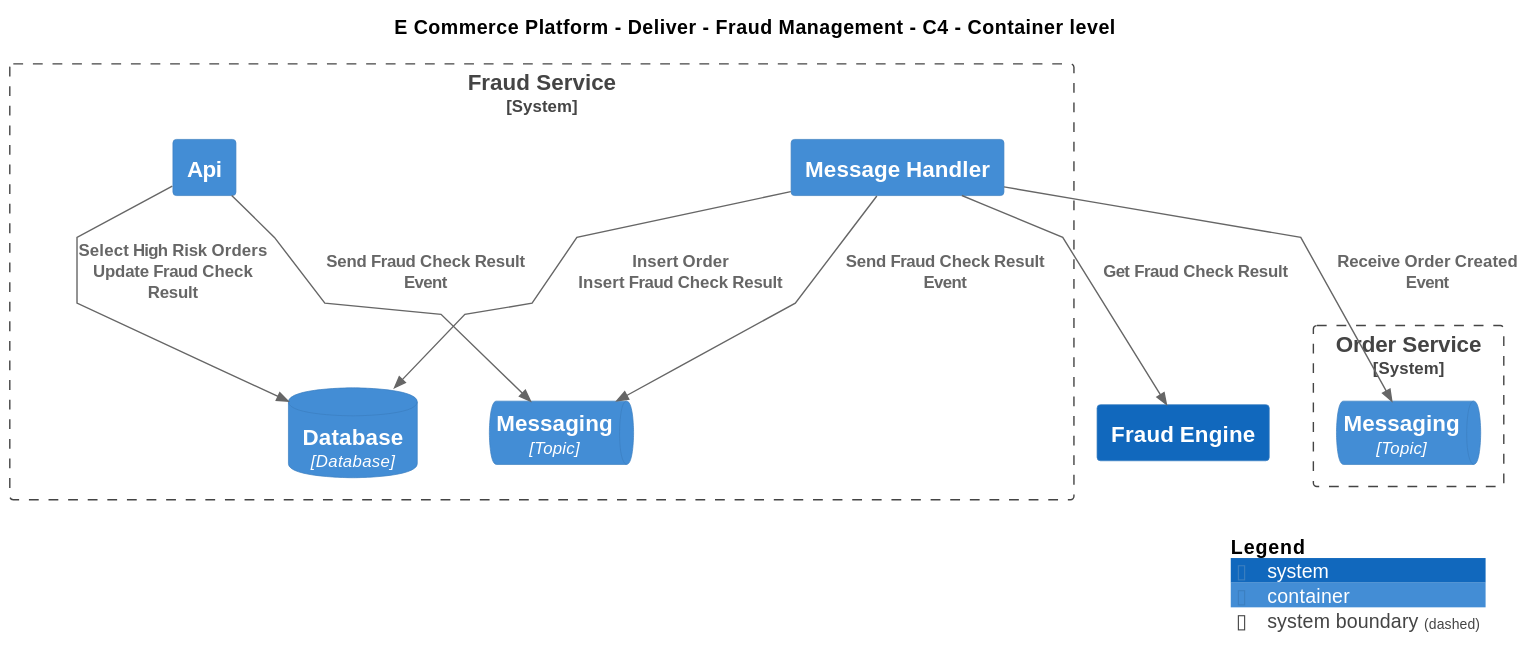
The PlantUML diagram Samples/E-Commerce Platform/Yaml/Diagrams/E Commerce Platform/Deliver/Fraud Management/Software Systems/Container - C4.svg in mnadenysenko/C4InterFlow, before a commit. The source it was exported from:
```plantuml
@startuml
!include ..\..\..\..\.c4s\C4_Container.puml

AddElementTag("c4interflow:lifecycle:new", $bgColor=green, $fontColor=#ffffff, $borderColor=green, $shadowing="False")
AddElementTag("c4interflow:lifecycle:changed", $bgColor=orange, $fontColor=#ffffff, $borderColor=orange, $shadowing="False")
AddElementTag("c4interflow:lifecycle:removed", $bgColor=red, $fontColor=#ffffff, $borderColor=red, $shadowing="False")

AddRelTag("c4interflow:lifecycle:new", $textColor=green, $lineColor=green)
AddRelTag("c4interflow:lifecycle:changed", $textColor=orange, $lineColor=orange)
AddRelTag("c4interflow:lifecycle:removed", $textColor=red, $lineColor=red)

SHOW_PERSON_PORTRAIT()
LAYOUT_TOP_DOWN()

skinparam linetype polyline

title E Commerce Platform - Deliver - Fraud Management - C4 - Container level

System(ECommercePlatform.Deliver.FraudManagement.SoftwareSystems.FraudEngine, "Fraud Engine", "")

System_Boundary(ECommercePlatform.Deliver.FraudManagement.SoftwareSystems.FraudService, "Fraud Service") {
    Container(ECommercePlatform.Deliver.FraudManagement.SoftwareSystems.FraudService.Containers.Api, "Api", "", "")
    ContainerDb(ECommercePlatform.Deliver.FraudManagement.SoftwareSystems.FraudService.Containers.Database, "Database", "Database", "")
    ContainerQueue(ECommercePlatform.Deliver.FraudManagement.SoftwareSystems.FraudService.Containers.Messaging, "Messaging", "Topic", "")
    Container(ECommercePlatform.Deliver.FraudManagement.SoftwareSystems.FraudService.Containers.MessageHandler, "Message Handler", "", "")
}

System_Boundary(ECommercePlatform.GenerateDemand.OrderManagement.SoftwareSystems.OrderService, "Order Service") {
    ContainerQueue(ECommercePlatform.GenerateDemand.OrderManagement.SoftwareSystems.OrderService.Containers.Messaging, "Messaging", "Topic", "")
}

Rel(ECommercePlatform.Deliver.FraudManagement.SoftwareSystems.FraudService.Containers.Api, ECommercePlatform.Deliver.FraudManagement.SoftwareSystems.FraudService.Containers.Database, "Select High Risk Orders\nUpdate Fraud Check Result")
Rel(ECommercePlatform.Deliver.FraudManagement.SoftwareSystems.FraudService.Containers.Api, ECommercePlatform.Deliver.FraudManagement.SoftwareSystems.FraudService.Containers.Messaging, "Send Fraud Check Result Event")
Rel(ECommercePlatform.Deliver.FraudManagement.SoftwareSystems.FraudService.Containers.MessageHandler, ECommercePlatform.GenerateDemand.OrderManagement.SoftwareSystems.OrderService.Containers.Messaging, "Receive Order Created Event")
Rel(ECommercePlatform.Deliver.FraudManagement.SoftwareSystems.FraudService.Containers.MessageHandler, ECommercePlatform.Deliver.FraudManagement.SoftwareSystems.FraudService.Containers.Database, "Insert Order\nInsert Fraud Check Result")
Rel(ECommercePlatform.Deliver.FraudManagement.SoftwareSystems.FraudService.Containers.MessageHandler, ECommercePlatform.Deliver.FraudManagement.SoftwareSystems.FraudEngine, "Get Fraud Check Result")
Rel(ECommercePlatform.Deliver.FraudManagement.SoftwareSystems.FraudService.Containers.MessageHandler, ECommercePlatform.Deliver.FraudManagement.SoftwareSystems.FraudService.Containers.Messaging, "Send Fraud Check Result Event")


SHOW_LEGEND()
@enduml
```
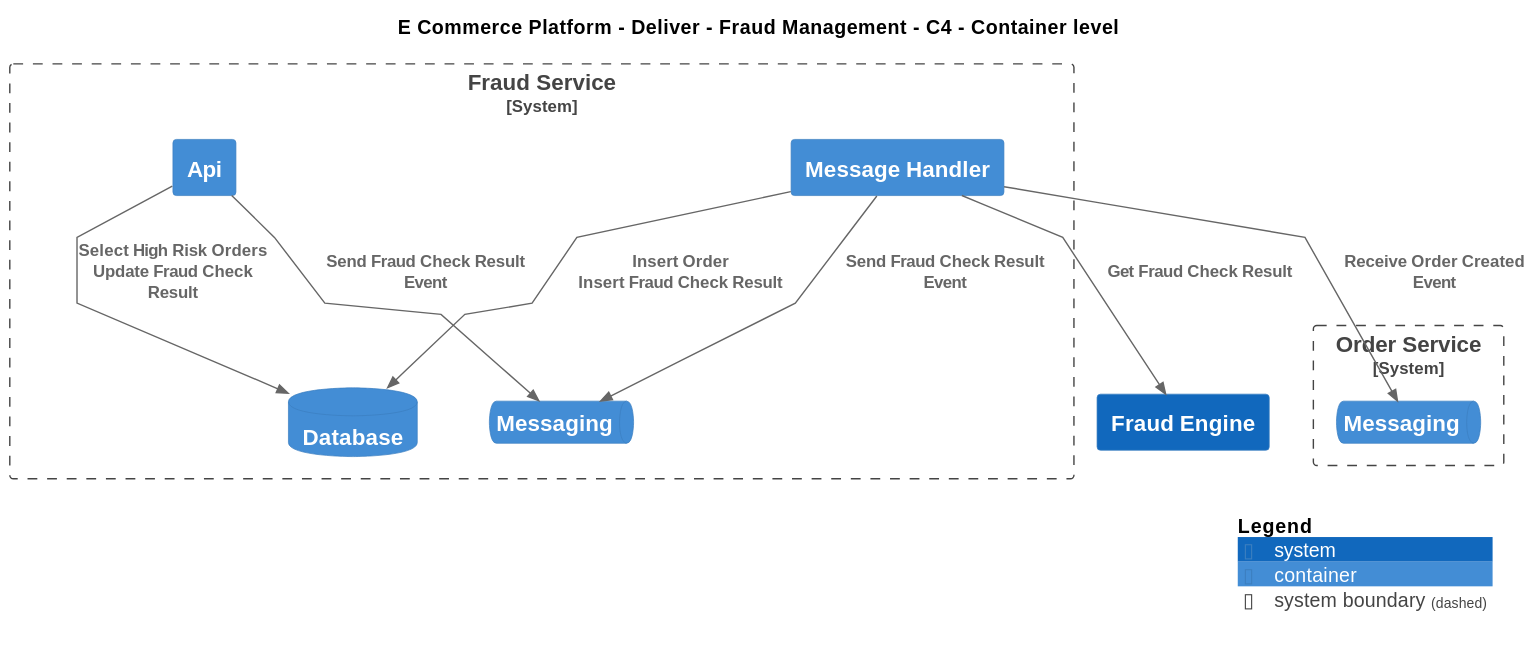
Later version of the same file.

What changed in the source:
```diff
@@ -20,13 +20,13 @@
 
 System_Boundary(ECommercePlatform.Deliver.FraudManagement.SoftwareSystems.FraudService, "Fraud Service") {
     Container(ECommercePlatform.Deliver.FraudManagement.SoftwareSystems.FraudService.Containers.Api, "Api", "", "")
-    ContainerDb(ECommercePlatform.Deliver.FraudManagement.SoftwareSystems.FraudService.Containers.Database, "Database", "Database", "")
-    ContainerQueue(ECommercePlatform.Deliver.FraudManagement.SoftwareSystems.FraudService.Containers.Messaging, "Messaging", "Topic", "")
+    ContainerDb(ECommercePlatform.Deliver.FraudManagement.SoftwareSystems.FraudService.Containers.Database, "Database", "", "")
+    ContainerQueue(ECommercePlatform.Deliver.FraudManagement.SoftwareSystems.FraudService.Containers.Messaging, "Messaging", "", "")
     Container(ECommercePlatform.Deliver.FraudManagement.SoftwareSystems.FraudService.Containers.MessageHandler, "Message Handler", "", "")
 }
 
 System_Boundary(ECommercePlatform.GenerateDemand.OrderManagement.SoftwareSystems.OrderService, "Order Service") {
-    ContainerQueue(ECommercePlatform.GenerateDemand.OrderManagement.SoftwareSystems.OrderService.Containers.Messaging, "Messaging", "Topic", "")
+    ContainerQueue(ECommercePlatform.GenerateDemand.OrderManagement.SoftwareSystems.OrderService.Containers.Messaging, "Messaging", "", "")
 }
 
 Rel(ECommercePlatform.Deliver.FraudManagement.SoftwareSystems.FraudService.Containers.Api, ECommercePlatform.Deliver.FraudManagement.SoftwareSystems.FraudService.Containers.Database, "Select High Risk Orders\nUpdate Fraud Check Result")
```
